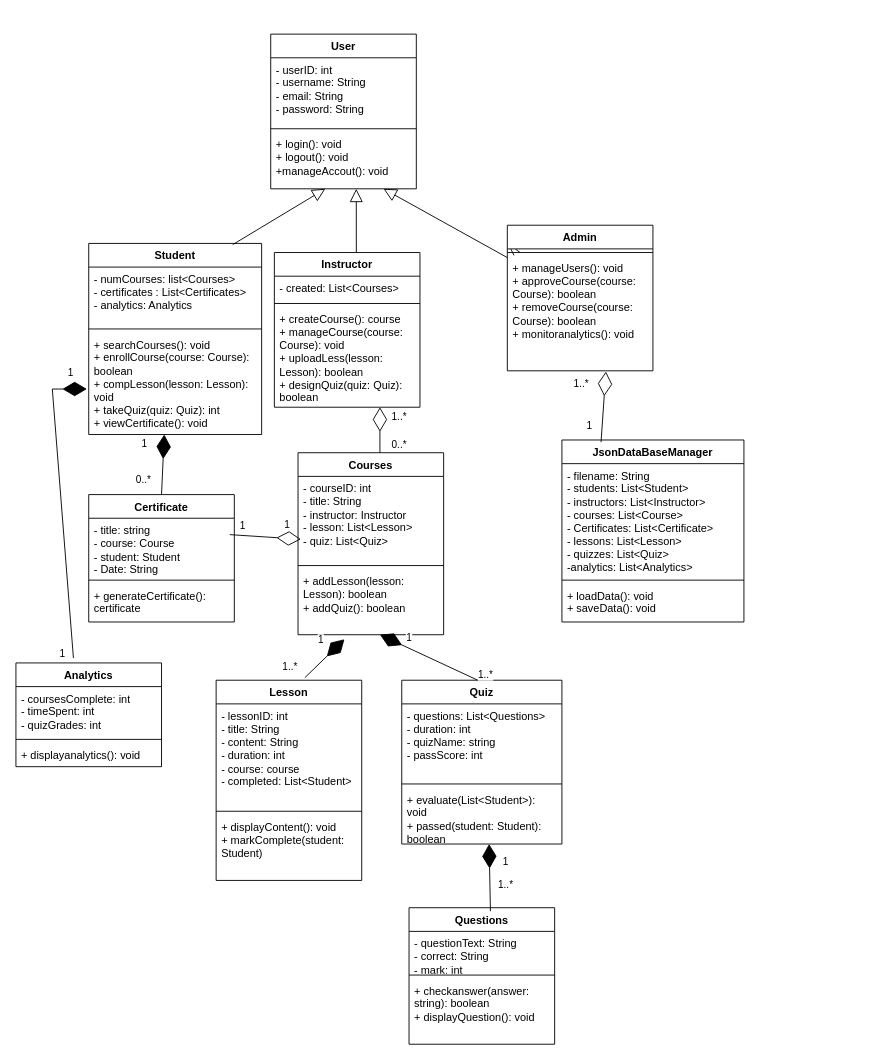
adhambasha1155/Uml keeps this draw.io diagram as Untitled Diagram.drawio. Above is the earlier version. Source tidied: cells renumbered, new cells numbered last; positions are measured from the earlier drawing's top-left corner, leaving out a move shared by most shapes. Both pictures are drawn from the tidied source at 91%, with x=0, y=0 at pixel (15, 34).
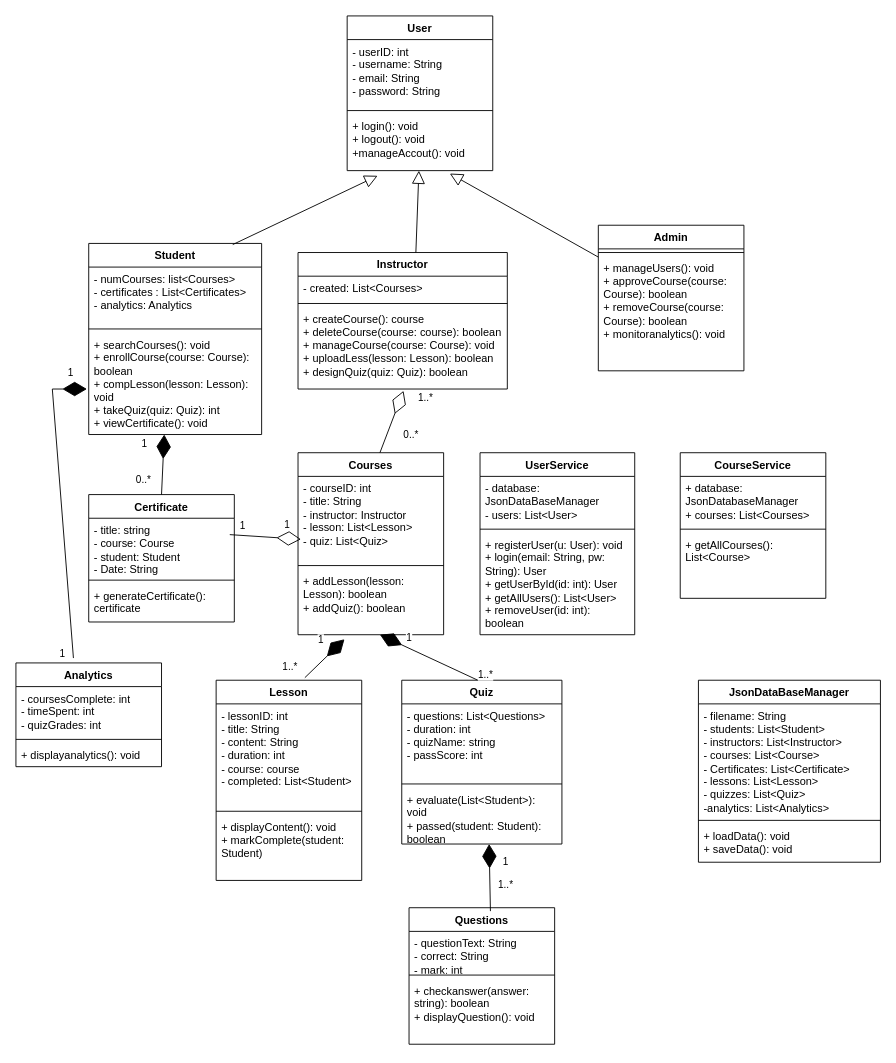
Above is the later version.

The change refers to these unchanged cells:
```xml
<mxCell id="2" value="Student" style="swimlane;fontStyle=1;align=center;verticalAlign=top;horizontal=1;startSize=26;whiteSpace=wrap;html=1;" parent="1" vertex="1">
  <mxGeometry x="80" y="230" width="190" height="210" as="geometry" />
</mxCell>
<mxCell id="16" value="+ manageUsers(): void&lt;div&gt;+ approveCourse(course: Course): boolean&lt;/div&gt;&lt;div&gt;+ removeCourse(course: Course): boolean&lt;/div&gt;&lt;div&gt;+ monitoranalytics(): void&lt;/div&gt;" style="text;strokeColor=none;fillColor=none;align=left;verticalAlign=top;spacingLeft=4;spacingRight=4;overflow=hidden;points=[[0,0.5],[1,0.5]];portConstraint=eastwest;whiteSpace=wrap;html=1;" parent="14" vertex="1">
  <mxGeometry y="34" width="160" height="126" as="geometry" />
</mxCell>
<mxCell id="31" value="Courses" style="swimlane;fontStyle=1;align=center;verticalAlign=top;horizontal=1;startSize=26;whiteSpace=wrap;html=1;" parent="1" vertex="1">
  <mxGeometry x="310" y="460" width="160" height="200" as="geometry" />
</mxCell>
<mxCell id="72" value="+ login(): void&lt;div&gt;+ logout(): void&lt;/div&gt;&lt;div&gt;+manageAccout(): void&lt;/div&gt;" style="text;strokeColor=none;fillColor=none;align=left;verticalAlign=top;spacingLeft=4;spacingRight=4;overflow=hidden;points=[[0,0.5],[1,0.5]];portConstraint=eastwest;whiteSpace=wrap;html=1;" parent="69" vertex="1">
  <mxGeometry y="108" width="160" height="62" as="geometry" />
</mxCell>
```

The edit, as a diff of the source:
```diff
@@
-    <mxCell id="6" style="endArrow=block;endFill=0;endSize=12;html=1;rounded=0;entryX=0.5;entryY=1;entryDx=0;entryDy=0;exitX=0.833;exitY=0.006;exitDx=0;exitDy=0;exitPerimeter=0;" parent="1" edge="1" source="2">
-      <mxGeometry relative="1" as="geometry">
-        <mxPoint x="340" y="170" as="targetPoint" />
-      </mxGeometry>
+    <mxCell id="6" style="endArrow=block;endFill=0;endSize=12;html=1;rounded=0;entryX=0.209;entryY=1.092;entryDx=0;entryDy=0;exitX=0.833;exitY=0.006;exitDx=0;exitDy=0;exitPerimeter=0;entryPerimeter=0;" parent="1" edge="1" source="2" target="72">
+      <mxGeometry relative="1" as="geometry" />
     </mxCell>
     <mxCell id="7" value="Instructor" style="swimlane;fontStyle=1;align=center;verticalAlign=top;horizontal=1;startSize=26;whiteSpace=wrap;html=1;" parent="1" vertex="1">
-      <mxGeometry x="284" y="240" width="160" height="170" as="geometry" />
+      <mxGeometry x="310" y="240" width="230" height="150" as="geometry" />
     </mxCell>
     <mxCell id="8" value="- created: List&amp;lt;Courses&amp;gt;" style="text;strokeColor=none;fillColor=none;align=left;verticalAlign=top;spacingLeft=4;spacingRight=4;overflow=hidden;whiteSpace=wrap;html=1;" parent="7" vertex="1">
-      <mxGeometry y="26" width="160" height="26" as="geometry" />
+      <mxGeometry y="26" width="230" height="26" as="geometry" />
     </mxCell>
     <mxCell id="9" style="line;strokeWidth=1;fillColor=none;align=left;verticalAlign=middle;spacingTop=-1;spacingLeft=3;spacingRight=3;labelPosition=right;strokeColor=inherit;" parent="7" vertex="1">
-      <mxGeometry y="52" width="160" height="8" as="geometry" />
+      <mxGeometry y="52" width="230" height="8" as="geometry" />
     </mxCell>
-    <mxCell id="10" value="+ createCourse(): course&lt;div&gt;+ manageCourse(course: Course): void&lt;/div&gt;&lt;div&gt;+ uploadLess(lesson: Lesson): boolean&lt;/div&gt;&lt;div&gt;+ designQuiz(quiz: Quiz): boolean&lt;/div&gt;" style="text;strokeColor=none;fillColor=none;align=left;verticalAlign=top;spacingLeft=4;spacingRight=4;overflow=hidden;points=[[0,0.5],[1,0.5]];portConstraint=eastwest;whiteSpace=wrap;html=1;" parent="7" vertex="1">
-      <mxGeometry y="60" width="160" height="110" as="geometry" />
+    <mxCell id="10" value="+ createCourse(): course&lt;div&gt;+ deleteCourse(course: course): boolean&lt;br&gt;&lt;div&gt;+ manageCourse(course: Course): void&lt;/div&gt;&lt;div&gt;+ uploadLess(lesson: Lesson): boolean&lt;/div&gt;&lt;div&gt;+ designQuiz(quiz: Quiz): boolean&lt;/div&gt;&lt;/div&gt;" style="text;strokeColor=none;fillColor=none;align=left;verticalAlign=top;spacingLeft=4;spacingRight=4;overflow=hidden;points=[[0,0.5],[1,0.5]];portConstraint=eastwest;whiteSpace=wrap;html=1;" parent="7" vertex="1">
+      <mxGeometry y="60" width="230" height="90" as="geometry" />
     </mxCell>
-    <mxCell id="11" style="endArrow=block;endFill=0;endSize=12;html=1;rounded=0;entryX=0.5;entryY=1;entryDx=0;entryDy=0;exitX=0.563;exitY=0;exitDx=0;exitDy=0;exitPerimeter=0;" parent="1" edge="1" source="7">
-      <mxGeometry relative="1" as="geometry">
-        <mxPoint x="374" y="170" as="targetPoint" />
-      </mxGeometry>
+    <mxCell id="11" style="endArrow=block;endFill=0;endSize=12;html=1;rounded=0;exitX=0.563;exitY=0;exitDx=0;exitDy=0;exitPerimeter=0;" parent="1" edge="1" source="7" target="72">
+      <mxGeometry relative="1" as="geometry" />
     </mxCell>
-    <mxCell id="12" style="endArrow=block;endFill=0;endSize=12;html=1;rounded=0;" parent="1" edge="1" source="14">
-      <mxGeometry relative="1" as="geometry">
-        <mxPoint x="404" y="170" as="targetPoint" />
-      </mxGeometry>
+    <mxCell id="12" style="endArrow=block;endFill=0;endSize=12;html=1;rounded=0;entryX=0.705;entryY=1.052;entryDx=0;entryDy=0;entryPerimeter=0;" parent="1" edge="1" source="14" target="72">
+      <mxGeometry relative="1" as="geometry" />
     </mxCell>
-    <mxCell id="13" style="endArrow=open;endFill=1;endSize=12;html=1;rounded=0;" parent="1" edge="1" target="14">
-      <mxGeometry relative="1" as="geometry">
-        <mxPoint x="554" y="240" as="sourcePoint" />
-      </mxGeometry>
-    </mxCell>
     <mxCell id="14" value="Admin" style="swimlane;fontStyle=1;align=center;verticalAlign=top;horizontal=1;startSize=26;whiteSpace=wrap;html=1;" parent="1" vertex="1">
-      <mxGeometry x="540" y="210" width="160" height="160" as="geometry" />
+      <mxGeometry x="640" y="210" width="160" height="160" as="geometry" />
     </mxCell>
@@
-    <mxCell id="35" style="endArrow=diamondThin;endFill=0;endSize=24;html=1;rounded=0;" parent="31" edge="1">
+    <mxCell id="35" style="endArrow=diamondThin;endFill=0;endSize=24;html=1;rounded=0;entryX=0.504;entryY=1.023;entryDx=0;entryDy=0;entryPerimeter=0;" parent="31" edge="1" target="10">
       <mxGeometry relative="1" as="geometry">
         <mxPoint x="90" as="sourcePoint" />
-        <mxPoint x="90" y="-50" as="targetPoint" />
       </mxGeometry>
     </mxCell>
     <mxCell id="36" value="1..*" style="edgeLabel;html=1;align=center;verticalAlign=middle;" parent="35" vertex="1">
       <mxGeometry x="-0.07" y="-2" relative="1" as="geometry">
-        <mxPoint x="18" y="-17" as="offset" />
+        <mxPoint x="36" y="-29" as="offset" />
       </mxGeometry>
     </mxCell>
@@
     <mxCell id="62" value="JsonDataBaseManager" style="swimlane;fontStyle=1;align=center;verticalAlign=top;horizontal=1;startSize=26;whiteSpace=wrap;html=1;" parent="1" vertex="1">
-      <mxGeometry x="600" y="446" width="200" height="200" as="geometry" />
+      <mxGeometry x="750" y="710" width="200" height="200" as="geometry" />
     </mxCell>
@@
-    <mxCell id="66" style="endArrow=diamondThin;endFill=0;endSize=24;html=1;rounded=0;entryX=0.677;entryY=1.007;entryDx=0;entryDy=0;entryPerimeter=0;exitX=0.215;exitY=0.012;exitDx=0;exitDy=0;exitPerimeter=0;" parent="1" edge="1" source="62" target="16">
-      <mxGeometry relative="1" as="geometry" />
-    </mxCell>
-    <mxCell id="67" value="1..*" style="edgeLabel;html=1;align=center;verticalAlign=middle;" parent="66" vertex="1">
-      <mxGeometry x="0.12" y="-1" relative="1" as="geometry">
-        <mxPoint x="-27" y="-21" as="offset" />
-      </mxGeometry>
-    </mxCell>
-    <mxCell id="68" value="1" style="edgeLabel;html=1;align=center;verticalAlign=middle;" parent="66" vertex="1">
-      <mxGeometry y="-5" relative="1" as="geometry">
-        <mxPoint x="-21" y="20" as="offset" />
-      </mxGeometry>
-    </mxCell>
     <mxCell id="69" value="User" style="swimlane;fontStyle=1;align=center;verticalAlign=top;horizontal=1;startSize=26;whiteSpace=wrap;html=1;" parent="1" vertex="1">
-      <mxGeometry x="280" width="160" height="170" as="geometry" />
+      <mxGeometry x="364" y="-20" width="160" height="170" as="geometry" />
     </mxCell>
@@
+    <mxCell id="73" value="UserService" style="swimlane;fontStyle=1;align=center;verticalAlign=top;horizontal=1;startSize=26;whiteSpace=wrap;html=1;" parent="1" vertex="1">
+      <mxGeometry x="510" y="460" width="170" height="200" as="geometry" />
+    </mxCell>
+    <mxCell id="74" value="- database: JsonDataBaseManager&lt;div&gt;- users: List&amp;lt;User&amp;gt;&lt;/div&gt;" style="text;strokeColor=none;fillColor=none;align=left;verticalAlign=top;spacingLeft=4;spacingRight=4;overflow=hidden;whiteSpace=wrap;html=1;" parent="73" vertex="1">
+      <mxGeometry y="26" width="170" height="54" as="geometry" />
+    </mxCell>
+    <mxCell id="75" style="line;strokeWidth=1;fillColor=none;align=left;verticalAlign=middle;spacingTop=-1;spacingLeft=3;spacingRight=3;labelPosition=right;strokeColor=inherit;" parent="73" vertex="1">
+      <mxGeometry y="80" width="170" height="8" as="geometry" />
+    </mxCell>
+    <mxCell id="76" value="+&amp;nbsp;registerUser(u: User): void&lt;div&gt;+&amp;nbsp;login(email: String, pw: String): User&lt;/div&gt;&lt;div&gt;+ getUserById(id: int): User&lt;/div&gt;&lt;div&gt;+&amp;nbsp;getAllUsers(): List&amp;lt;User&amp;gt;&lt;/div&gt;&lt;div&gt;+&amp;nbsp;removeUser(id: int): boolean&lt;/div&gt;" style="text;strokeColor=none;fillColor=none;align=left;verticalAlign=top;spacingLeft=4;spacingRight=4;overflow=hidden;whiteSpace=wrap;html=1;" parent="73" vertex="1">
+      <mxGeometry y="88" width="170" height="112" as="geometry" />
+    </mxCell>
+    <mxCell id="77" value="CourseService" style="swimlane;fontStyle=1;align=center;verticalAlign=top;horizontal=1;startSize=26;whiteSpace=wrap;html=1;" parent="1" vertex="1">
+      <mxGeometry x="730" y="460" width="160" height="160" as="geometry" />
+    </mxCell>
+    <mxCell id="78" value="+ database: JsonDatabaseManager&lt;div&gt;+ courses: List&amp;lt;Courses&amp;gt;&lt;/div&gt;" style="text;strokeColor=none;fillColor=none;align=left;verticalAlign=top;spacingLeft=4;spacingRight=4;overflow=hidden;whiteSpace=wrap;html=1;" parent="77" vertex="1">
+      <mxGeometry y="26" width="160" height="54" as="geometry" />
+    </mxCell>
+    <mxCell id="79" style="line;strokeWidth=1;fillColor=none;align=left;verticalAlign=middle;spacingTop=-1;spacingLeft=3;spacingRight=3;labelPosition=right;strokeColor=inherit;" parent="77" vertex="1">
+      <mxGeometry y="80" width="160" height="8" as="geometry" />
+    </mxCell>
+    <mxCell id="80" value="+&amp;nbsp;getAllCourses(): List&amp;lt;Course&amp;gt;" style="text;strokeColor=none;fillColor=none;align=left;verticalAlign=top;spacingLeft=4;spacingRight=4;overflow=hidden;whiteSpace=wrap;html=1;" parent="77" vertex="1">
+      <mxGeometry y="88" width="160" height="72" as="geometry" />
+    </mxCell>
```
